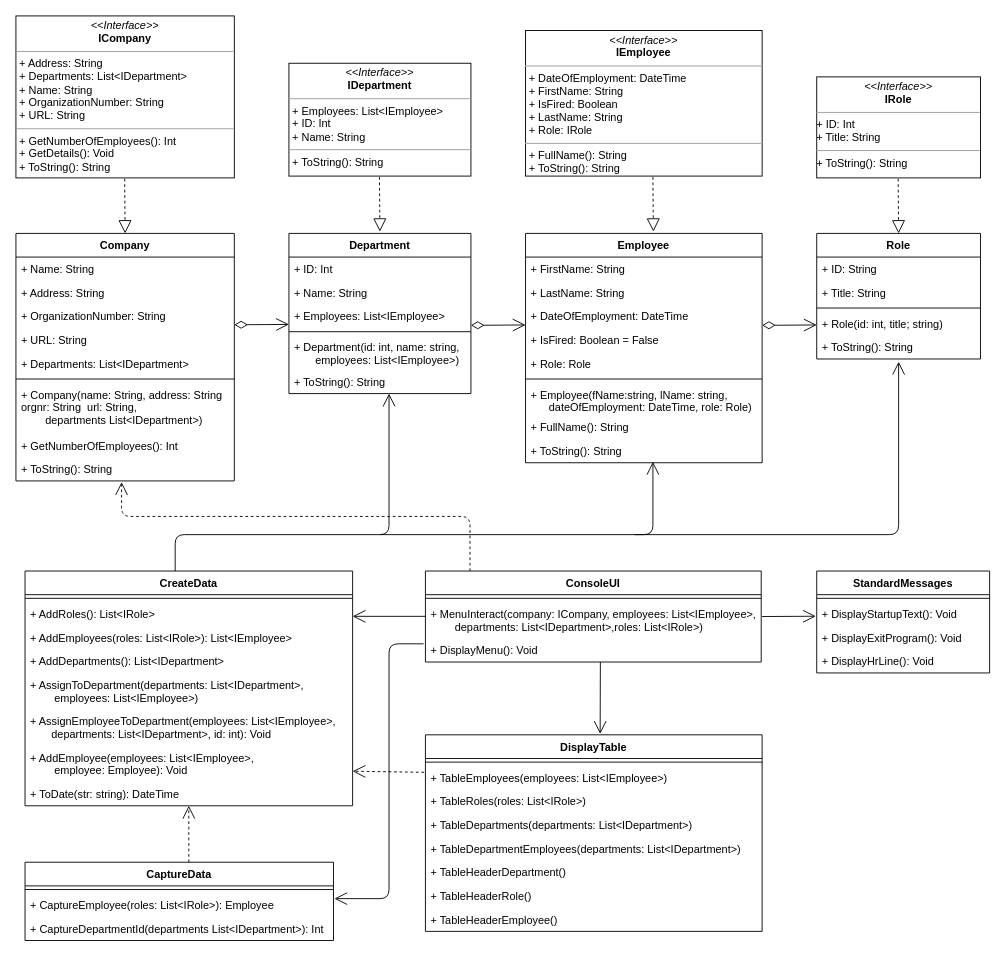
The draw.io diagram laboration_3/DICE.drawio in philipsinnott/gik2f7_laborationer, before the edit. Source tidied: cells renumbered, new cells numbered last; positions are measured from the earlier drawing's top-left corner, leaving out a move shared by most shapes. Both pictures are drawn from the tidied source at 91%, with x=0, y=0 at pixel (15, 15).
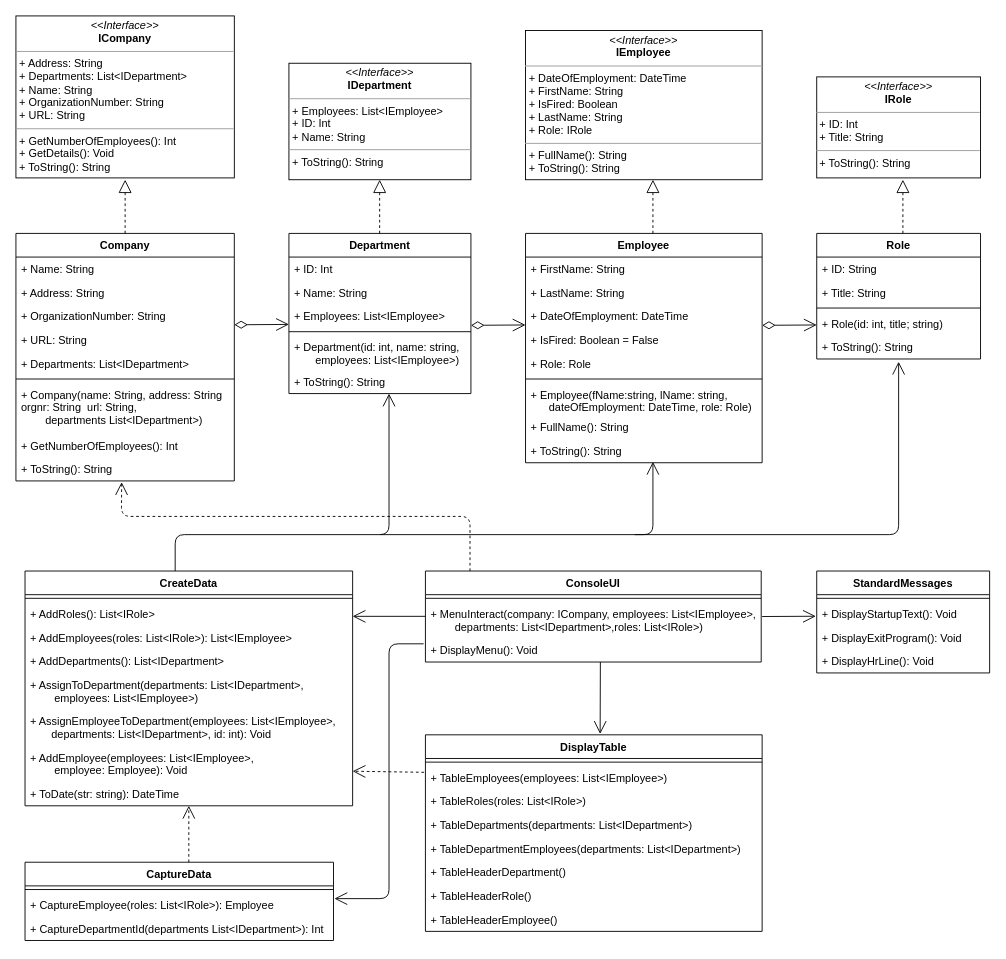
The same page after the edit.

Commit message:
justerat fel

Unchanged cells that the change refers to:
```xml
<mxCell id="59" value="Company" style="swimlane;fontStyle=1;align=center;verticalAlign=top;horizontal=1;startSize=26;" parent="1" vertex="1">
  <mxGeometry y="239" width="240" height="272" as="geometry" />
</mxCell>
```

What changed in the source:
```diff
@@
     <mxCell id="70" value="&lt;p style=&quot;margin: 0px ; margin-top: 4px ; text-align: center&quot;&gt;&lt;i&gt;&amp;lt;&amp;lt;Interface&amp;gt;&amp;gt;&lt;/i&gt;&lt;br&gt;&lt;b&gt;IDepartment&lt;/b&gt;&lt;br&gt;&lt;/p&gt;&lt;hr size=&quot;1&quot;&gt;&lt;p style=&quot;margin: 0px ; margin-left: 4px&quot;&gt;+ Employees: List&amp;lt;IEmployee&amp;gt;&lt;br&gt;+ ID: Int&lt;/p&gt;&lt;p style=&quot;margin: 0px ; margin-left: 4px&quot;&gt;+ Name: String&lt;br&gt;&lt;/p&gt;&lt;hr size=&quot;1&quot;&gt;&lt;p style=&quot;margin: 0px ; margin-left: 4px&quot;&gt;&lt;span&gt;+ ToString(): String&lt;/span&gt;&lt;br&gt;&lt;/p&gt;" style="verticalAlign=top;align=left;overflow=fill;fontSize=12;fontFamily=Helvetica;html=1;" parent="1" vertex="1">
-      <mxGeometry x="300" y="52" width="200" height="124" as="geometry" />
+      <mxGeometry x="300" y="52" width="200" height="128" as="geometry" />
     </mxCell>
     <mxCell id="71" value="&lt;p style=&quot;margin: 0px ; margin-top: 4px ; text-align: center&quot;&gt;&lt;i&gt;&amp;lt;&amp;lt;Interface&amp;gt;&amp;gt;&lt;/i&gt;&lt;br&gt;&lt;b&gt;IEmployee&lt;/b&gt;&lt;br&gt;&lt;/p&gt;&lt;hr size=&quot;1&quot;&gt;&lt;p style=&quot;margin: 0px ; margin-left: 4px&quot;&gt;+ DateOfEmployment: DateTime&lt;br&gt;+ FirstName: String&lt;br&gt;&lt;/p&gt;&lt;p style=&quot;margin: 0px ; margin-left: 4px&quot;&gt;+ IsFired: Boolean&lt;br&gt;&lt;/p&gt;&lt;p style=&quot;margin: 0px ; margin-left: 4px&quot;&gt;+ LastName: String&lt;br&gt;&lt;/p&gt;&lt;p style=&quot;margin: 0px ; margin-left: 4px&quot;&gt;+ Role: IRole&lt;br&gt;&lt;/p&gt;&lt;hr size=&quot;1&quot;&gt;&lt;p style=&quot;margin: 0px ; margin-left: 4px&quot;&gt;+ FullName(): String&lt;/p&gt;&lt;p style=&quot;margin: 0px ; margin-left: 4px&quot;&gt;&lt;span&gt;+ ToString(): String&lt;/span&gt;&lt;br&gt;&lt;/p&gt;" style="verticalAlign=top;align=left;overflow=fill;fontSize=12;fontFamily=Helvetica;html=1;" parent="1" vertex="1">
-      <mxGeometry x="560" y="16" width="260" height="160" as="geometry" />
+      <mxGeometry x="560" y="16" width="260" height="164" as="geometry" />
     </mxCell>
-    <mxCell id="72" value="&lt;p style=&quot;margin: 0px ; margin-top: 4px ; text-align: center&quot;&gt;&lt;i&gt;&amp;lt;&amp;lt;Interface&amp;gt;&amp;gt;&lt;/i&gt;&lt;br&gt;&lt;b&gt;IRole&lt;/b&gt;&lt;br&gt;&lt;/p&gt;&lt;hr size=&quot;1&quot;&gt;&lt;div&gt;+ ID: Int&lt;/div&gt;&lt;div&gt;+ Title: String&lt;br&gt;&lt;/div&gt;&lt;hr size=&quot;1&quot;&gt;&lt;p style=&quot;margin: 0px ; margin-left: 4px&quot;&gt;&lt;/p&gt;+ ToString(): String" style="verticalAlign=top;align=left;overflow=fill;fontSize=12;fontFamily=Helvetica;html=1;" parent="1" vertex="1">
+    <mxCell id="72" value="&lt;p style=&quot;margin: 0px ; margin-top: 4px ; text-align: center&quot;&gt;&lt;i&gt;&amp;lt;&amp;lt;Interface&amp;gt;&amp;gt;&lt;/i&gt;&lt;br&gt;&lt;b&gt;IRole&lt;/b&gt;&lt;br&gt;&lt;/p&gt;&lt;hr size=&quot;1&quot;&gt;&lt;div&gt;&amp;nbsp;+ ID: Int&lt;/div&gt;&lt;div&gt;&amp;nbsp;+ Title: String&lt;br&gt;&lt;/div&gt;&lt;hr size=&quot;1&quot;&gt;&lt;p style=&quot;margin: 0px ; margin-left: 4px&quot;&gt;&lt;/p&gt;&amp;nbsp;+ ToString(): String" style="verticalAlign=top;align=left;overflow=fill;fontSize=12;fontFamily=Helvetica;html=1;" parent="1" vertex="1">
       <mxGeometry x="880" y="67" width="180" height="111" as="geometry" />
     </mxCell>
@@
-    <mxCell id="77" style="endArrow=block;dashed=1;endFill=0;endSize=12;html=1;" parent="1" edge="1">
+    <mxCell id="77" style="endArrow=block;dashed=1;endFill=0;endSize=12;html=1;exitX=0.5;exitY=0;exitDx=0;exitDy=0;" parent="1" edge="1" source="59">
       <mxGeometry relative="1" as="geometry">
-        <mxPoint x="119.5" y="179" as="sourcePoint" />
-        <mxPoint x="120" y="239" as="targetPoint" />
+        <mxPoint x="120" y="180" as="targetPoint" />
       </mxGeometry>
     </mxCell>
@@
-    <mxCell id="84" style="endArrow=block;dashed=1;endFill=0;endSize=12;html=1;" parent="1" edge="1">
-      <mxGeometry relative="1" as="geometry">
-        <mxPoint x="399.5" y="177" as="sourcePoint" />
-        <mxPoint x="400" y="237" as="targetPoint" />
-      </mxGeometry>
-    </mxCell>
-    <mxCell id="85" style="endArrow=block;dashed=1;endFill=0;endSize=12;html=1;" parent="1" edge="1">
-      <mxGeometry relative="1" as="geometry">
-        <mxPoint x="700" y="177" as="sourcePoint" />
-        <mxPoint x="700.5" y="237" as="targetPoint" />
-      </mxGeometry>
-    </mxCell>
-    <mxCell id="86" style="endArrow=block;dashed=1;endFill=0;endSize=12;html=1;" parent="1" edge="1">
-      <mxGeometry relative="1" as="geometry">
-        <mxPoint x="969.5" y="179" as="sourcePoint" />
-        <mxPoint x="970" y="239" as="targetPoint" />
-      </mxGeometry>
-    </mxCell>
+    <mxCell id="87" style="endArrow=block;dashed=1;endFill=0;endSize=12;html=1;exitX=0.5;exitY=0;exitDx=0;exitDy=0;" parent="1" edge="1">
+      <mxGeometry relative="1" as="geometry">
+        <mxPoint x="399.7" y="239" as="sourcePoint" />
+        <mxPoint x="399.7" y="180" as="targetPoint" />
+      </mxGeometry>
+    </mxCell>
+    <mxCell id="88" style="endArrow=block;dashed=1;endFill=0;endSize=12;html=1;exitX=0.5;exitY=0;exitDx=0;exitDy=0;" parent="1" edge="1">
+      <mxGeometry relative="1" as="geometry">
+        <mxPoint x="700" y="239" as="sourcePoint" />
+        <mxPoint x="700" y="180" as="targetPoint" />
+      </mxGeometry>
+    </mxCell>
+    <mxCell id="89" style="endArrow=block;dashed=1;endFill=0;endSize=12;html=1;exitX=0.5;exitY=0;exitDx=0;exitDy=0;" parent="1" edge="1">
+      <mxGeometry relative="1" as="geometry">
+        <mxPoint x="974.7" y="239" as="sourcePoint" />
+        <mxPoint x="974.7" y="180" as="targetPoint" />
+      </mxGeometry>
+    </mxCell>
```
